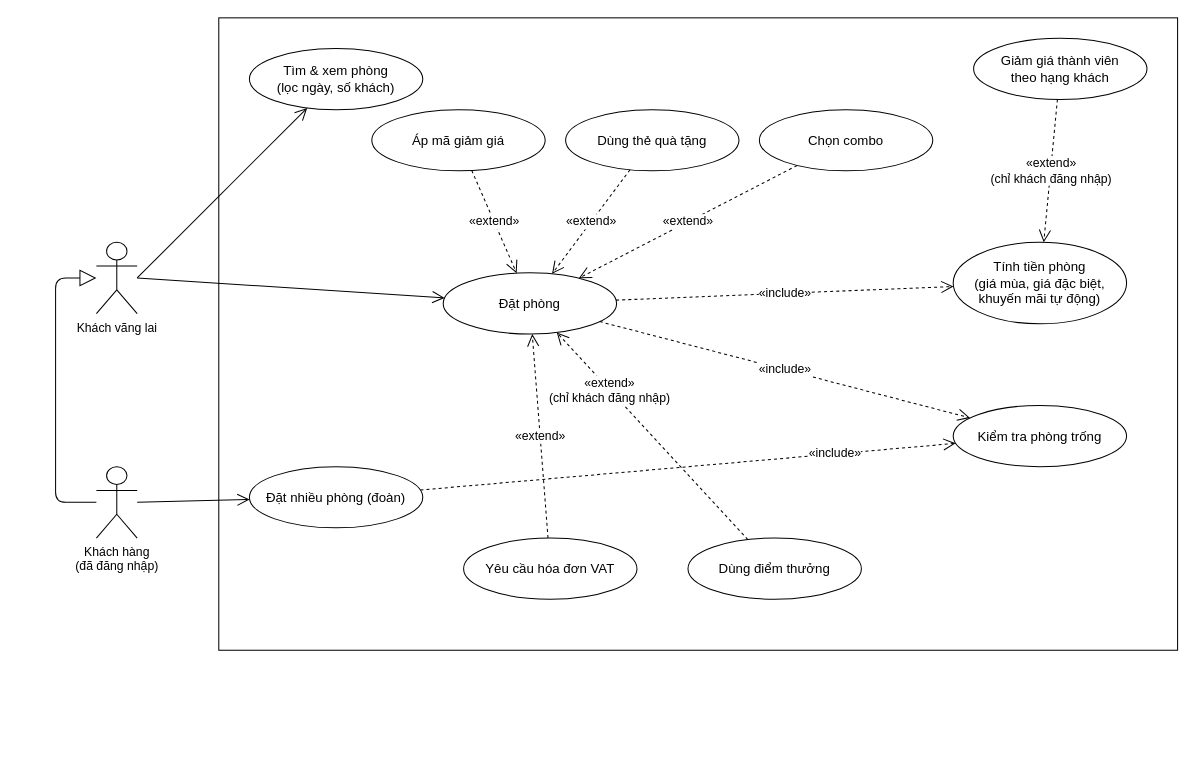
Above: docs/use-case/uc1-dat-phong.drawio in ngynquchn2511/beach-hotel (draw.io), before the change. Source tidied: cells renumbered, new cells numbered last; positions are measured from the earlier drawing's top-left corner, leaving out a move shared by most shapes. Both pictures are drawn from the tidied source at 102%, with x=0, y=0 at pixel (55, 17).
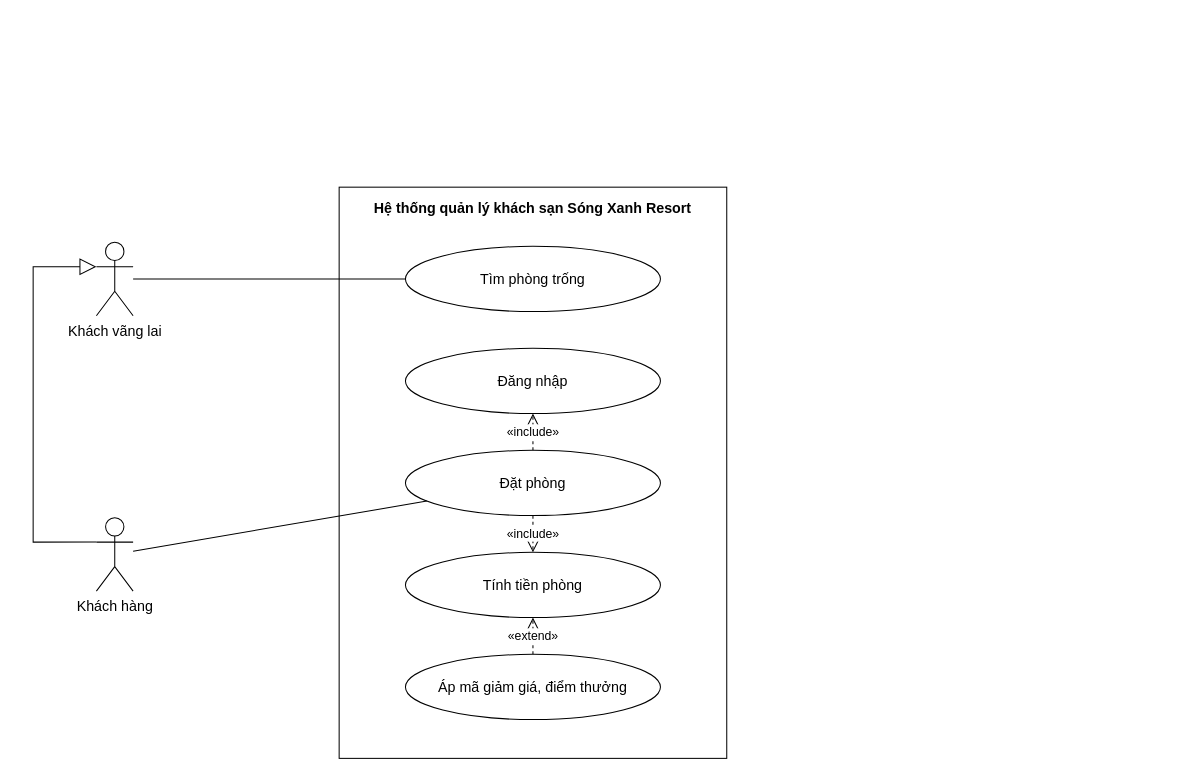
The same page after the edit.

The edit, as a diff of the source:
```diff
@@
-<mxGraphModel>
+<mxGraphModel background="#FFFFFF">
@@
-    <mxCell id="2" style="rounded=0;whiteSpace=wrap;html=1;verticalAlign=top;fontStyle=1;fontSize=14;fillColor=none;strokeColor=#000000;" parent="1" vertex="1">
-      <mxGeometry x="160" width="940" height="620" as="geometry" />
-    </mxCell>
+    <mxCell id="29" value="Hệ thống quản lý khách sạn Sóng Xanh Resort" style="fontFamily=Arial;fontColor=#000000;rounded=0;whiteSpace=wrap;html=1;verticalAlign=top;fontStyle=1;fontSize=14;fillColor=none;strokeColor=#000000;spacingTop=6;" parent="1" vertex="1">
+      <mxGeometry x="278" y="166" width="380" height="560" as="geometry" />
+    </mxCell>
+    <mxCell id="30" value="Tìm phòng trống" style="fontFamily=Arial;fontColor=#000000;ellipse;whiteSpace=wrap;html=1;fillColor=#FFFFFF;strokeColor=#000000;fontSize=14;" parent="1" vertex="1">
+      <mxGeometry x="343" y="224" width="250" height="64" as="geometry" />
+    </mxCell>
+    <mxCell id="31" value="Đăng nhập" style="fontFamily=Arial;fontColor=#000000;ellipse;whiteSpace=wrap;html=1;fillColor=#FFFFFF;strokeColor=#000000;fontSize=14;" parent="1" vertex="1">
+      <mxGeometry x="343" y="324" width="250" height="64" as="geometry" />
+    </mxCell>
+    <mxCell id="6" value="Đặt phòng" style="fontFamily=Arial;fontColor=#000000;ellipse;whiteSpace=wrap;html=1;fillColor=#FFFFFF;strokeColor=#000000;fontSize=14;" parent="1" vertex="1">
+      <mxGeometry x="343" y="424" width="250" height="64" as="geometry" />
+    </mxCell>
+    <mxCell id="32" value="Tính tiền phòng" style="fontFamily=Arial;fontColor=#000000;ellipse;whiteSpace=wrap;html=1;fillColor=#FFFFFF;strokeColor=#000000;fontSize=14;" parent="1" vertex="1">
+      <mxGeometry x="343" y="524" width="250" height="64" as="geometry" />
+    </mxCell>
+    <mxCell id="33" value="Áp mã giảm giá, điểm thưởng" style="fontFamily=Arial;fontColor=#000000;ellipse;whiteSpace=wrap;html=1;fillColor=#FFFFFF;strokeColor=#000000;fontSize=14;" parent="1" vertex="1">
+      <mxGeometry x="343" y="624" width="250" height="64" as="geometry" />
+    </mxCell>
-    <mxCell id="3" value="Khách vãng lai" style="shape=umlActor;verticalLabelPosition=bottom;verticalAlign=top;html=1;outlineConnect=0;fillColor=#FFFFFF;strokeColor=#000000;" parent="1" vertex="1">
-      <mxGeometry x="40" y="220" width="40" height="70" as="geometry" />
+    <mxCell id="3" value="Khách vãng lai" style="fontFamily=Arial;fontColor=#000000;shape=umlActor;verticalLabelPosition=bottom;verticalAlign=top;html=1;outlineConnect=0;fillColor=#FFFFFF;strokeColor=#000000;fontSize=14;" parent="1" vertex="1">
+      <mxGeometry x="40" y="220" width="36" height="72" as="geometry" />
     </mxCell>
-    <mxCell id="4" value="Khách hàng&lt;br&gt;(đã đăng nhập)" style="shape=umlActor;verticalLabelPosition=bottom;verticalAlign=top;html=1;outlineConnect=0;fillColor=#FFFFFF;strokeColor=#000000;" parent="1" vertex="1">
-      <mxGeometry x="40" y="440" width="40" height="70" as="geometry" />
-    </mxCell>
-    <mxCell id="5" value="Tìm &amp;amp; xem phòng&lt;br&gt;(lọc ngày, số khách)" style="ellipse;whiteSpace=wrap;html=1;fillColor=#FFFFFF;strokeColor=#000000;fontSize=13;" parent="2" vertex="1">
-      <mxGeometry x="30" y="30" width="170" height="60" as="geometry" />
-    </mxCell>
-    <mxCell id="6" value="Đặt phòng" style="ellipse;whiteSpace=wrap;html=1;fillColor=#FFFFFF;strokeColor=#000000;fontSize=13;" parent="2" vertex="1">
-      <mxGeometry x="220" y="250" width="170" height="60" as="geometry" />
-    </mxCell>
-    <mxCell id="7" value="Đặt nhiều phòng (đoàn)" style="ellipse;whiteSpace=wrap;html=1;fillColor=#FFFFFF;strokeColor=#000000;fontSize=13;" parent="2" vertex="1">
-      <mxGeometry x="30" y="440" width="170" height="60" as="geometry" />
-    </mxCell>
-    <mxCell id="8" value="Áp mã giảm giá" style="ellipse;whiteSpace=wrap;html=1;fillColor=#FFFFFF;strokeColor=#000000;fontSize=13;" parent="2" vertex="1">
-      <mxGeometry x="150" y="90" width="170" height="60" as="geometry" />
-    </mxCell>
-    <mxCell id="9" value="Dùng thẻ quà tặng" style="ellipse;whiteSpace=wrap;html=1;fillColor=#FFFFFF;strokeColor=#000000;fontSize=13;" parent="2" vertex="1">
-      <mxGeometry x="340" y="90" width="170" height="60" as="geometry" />
-    </mxCell>
-    <mxCell id="10" value="Chọn combo" style="ellipse;whiteSpace=wrap;html=1;fillColor=#FFFFFF;strokeColor=#000000;fontSize=13;" parent="2" vertex="1">
-      <mxGeometry x="530" y="90" width="170" height="60" as="geometry" />
-    </mxCell>
-    <mxCell id="11" value="Yêu cầu hóa đơn VAT" style="ellipse;whiteSpace=wrap;html=1;fillColor=#FFFFFF;strokeColor=#000000;fontSize=13;" parent="2" vertex="1">
-      <mxGeometry x="240" y="510" width="170" height="60" as="geometry" />
-    </mxCell>
-    <mxCell id="12" value="Dùng điểm thưởng" style="ellipse;whiteSpace=wrap;html=1;fillColor=#FFFFFF;strokeColor=#000000;fontSize=13;" parent="2" vertex="1">
-      <mxGeometry x="460" y="510" width="170" height="60" as="geometry" />
-    </mxCell>
-    <mxCell id="13" value="Tính tiền phòng&lt;br&gt;(giá mùa, giá đặc biệt,&lt;br&gt;khuyến mãi tự động)" style="ellipse;whiteSpace=wrap;html=1;fillColor=#FFFFFF;strokeColor=#000000;fontSize=13;" parent="2" vertex="1">
-      <mxGeometry x="720" y="220" width="170" height="80" as="geometry" />
-    </mxCell>
-    <mxCell id="14" value="Kiểm tra phòng trống" style="ellipse;whiteSpace=wrap;html=1;fillColor=#FFFFFF;strokeColor=#000000;fontSize=13;" parent="2" vertex="1">
-      <mxGeometry x="720" y="380" width="170" height="60" as="geometry" />
-    </mxCell>
-    <mxCell id="15" value="Giảm giá thành viên&lt;br&gt;theo hạng khách" style="ellipse;whiteSpace=wrap;html=1;fillColor=#FFFFFF;strokeColor=#000000;fontSize=13;" parent="2" vertex="1">
-      <mxGeometry x="740" y="20" width="170" height="60" as="geometry" />
-    </mxCell>
-    <mxCell id="16" style="endArrow=block;endFill=0;endSize=14;html=1;strokeColor=#000000;edgeStyle=orthogonalEdgeStyle;exitX=0;exitY=0.5;exitPerimeter=0;entryX=0;entryY=0.5;entryPerimeter=0;" parent="1" edge="1" source="4" target="3">
-      <mxGeometry relative="1" as="geometry">
-        <Array as="points">
-          <mxPoint y="475" />
-          <mxPoint y="255" />
-        </Array>
-      </mxGeometry>
-    </mxCell>
-    <mxCell id="17" style="endArrow=open;endSize=10;html=1;strokeColor=#000000;exitX=1;exitY=0.5;exitPerimeter=0;" parent="1" edge="1" source="3" target="5">
-      <mxGeometry relative="1" as="geometry" />
-    </mxCell>
-    <mxCell id="18" style="endArrow=open;endSize=10;html=1;strokeColor=#000000;exitX=1;exitY=0.5;exitPerimeter=0;" parent="1" edge="1" source="3" target="6">
-      <mxGeometry relative="1" as="geometry" />
-    </mxCell>
-    <mxCell id="19" style="endArrow=open;endSize=10;html=1;strokeColor=#000000;exitX=1;exitY=0.5;exitPerimeter=0;" parent="1" edge="1" source="4" target="7">
-      <mxGeometry relative="1" as="geometry" />
-    </mxCell>
-    <mxCell id="20" value="«include»" style="endArrow=open;endSize=10;dashed=1;html=1;strokeColor=#000000;fontSize=12;labelBackgroundColor=#FFFFFF;" parent="1" edge="1" source="6" target="13">
-      <mxGeometry relative="1" as="geometry" />
-    </mxCell>
-    <mxCell id="21" value="«include»" style="endArrow=open;endSize=10;dashed=1;html=1;strokeColor=#000000;fontSize=12;labelBackgroundColor=#FFFFFF;" parent="1" edge="1" source="6" target="14">
-      <mxGeometry relative="1" as="geometry" />
-    </mxCell>
-    <mxCell id="22" value="«include»" style="endArrow=open;endSize=10;dashed=1;html=1;strokeColor=#000000;fontSize=12;labelBackgroundColor=#FFFFFF;" parent="1" edge="1" source="7" target="14">
-      <mxGeometry x="0.55" relative="1" as="geometry" />
-    </mxCell>
-    <mxCell id="23" value="«extend»" style="endArrow=open;endSize=10;dashed=1;html=1;strokeColor=#000000;fontSize=12;labelBackgroundColor=#FFFFFF;" parent="1" edge="1" source="8" target="6">
-      <mxGeometry relative="1" as="geometry" />
-    </mxCell>
-    <mxCell id="24" value="«extend»" style="endArrow=open;endSize=10;dashed=1;html=1;strokeColor=#000000;fontSize=12;labelBackgroundColor=#FFFFFF;" parent="1" edge="1" source="9" target="6">
-      <mxGeometry relative="1" as="geometry" />
-    </mxCell>
+    <mxCell id="34" value="Khách hàng" style="fontFamily=Arial;fontColor=#000000;shape=umlActor;verticalLabelPosition=bottom;verticalAlign=top;html=1;outlineConnect=0;fillColor=#FFFFFF;strokeColor=#000000;fontSize=14;" parent="1" vertex="1">
+      <mxGeometry x="40" y="490" width="36" height="72" as="geometry" />
+    </mxCell>
-    <mxCell id="25" value="«extend»" style="endArrow=open;endSize=10;dashed=1;html=1;strokeColor=#000000;fontSize=12;labelBackgroundColor=#FFFFFF;" parent="1" edge="1" source="10" target="6">
+    <mxCell id="25" style="fontFamily=Arial;fontColor=#000000;endArrow=none;html=1;strokeColor=#000000;rounded=0;" parent="1" edge="1" source="3" target="30">
       <mxGeometry relative="1" as="geometry" />
     </mxCell>
-    <mxCell id="26" value="«extend»" style="endArrow=open;endSize=10;dashed=1;html=1;strokeColor=#000000;fontSize=12;labelBackgroundColor=#FFFFFF;" parent="1" edge="1" source="11" target="6">
+    <mxCell id="26" style="fontFamily=Arial;fontColor=#000000;endArrow=none;html=1;strokeColor=#000000;rounded=0;" parent="1" edge="1" source="34" target="6">
       <mxGeometry relative="1" as="geometry" />
     </mxCell>
-    <mxCell id="27" value="«extend»&lt;br&gt;(chỉ khách đăng nhập)" style="endArrow=open;endSize=10;dashed=1;html=1;strokeColor=#000000;fontSize=12;labelBackgroundColor=#FFFFFF;" parent="1" edge="1" source="12" target="6">
-      <mxGeometry x="0.45" relative="1" as="geometry" />
+    <mxCell id="27" value="«include»" style="fontFamily=Arial;fontColor=#000000;endArrow=open;endSize=10;dashed=1;html=1;strokeColor=#000000;rounded=0;fontSize=12;labelBackgroundColor=#FFFFFF;exitX=0.5;exitY=0;exitDx=0;exitDy=0;exitPerimeter=0;entryX=0.5;entryY=1;entryDx=0;entryDy=0;entryPerimeter=0;" parent="1" edge="1" source="6" target="31">
+      <mxGeometry relative="1" as="geometry" />
     </mxCell>
-    <mxCell id="28" value="«extend»&lt;br&gt;(chỉ khách đăng nhập)" style="endArrow=open;endSize=10;dashed=1;html=1;strokeColor=#000000;fontSize=12;labelBackgroundColor=#FFFFFF;" parent="1" edge="1" source="15" target="13">
-      <mxGeometry relative="1" as="geometry" />
+    <mxCell id="28" style="fontFamily=Arial;fontColor=#000000;endArrow=block;endSize=14;endFill=0;html=1;strokeColor=#000000;rounded=0;exitX=0;exitY=0.333;exitDx=0;exitDy=0;exitPerimeter=0;entryX=0;entryY=0.333;entryDx=0;entryDy=0;entryPerimeter=0;" parent="1" edge="1" source="34" target="3">
+      <mxGeometry relative="1" as="geometry">
+        <Array as="points">
+          <mxPoint x="-22" y="514" />
+          <mxPoint x="-22" y="244" />
+        </Array>
+      </mxGeometry>
     </mxCell>
+    <mxCell id="35" value="«include»" style="fontFamily=Arial;fontColor=#000000;endArrow=open;endSize=10;dashed=1;html=1;strokeColor=#000000;rounded=0;fontSize=12;labelBackgroundColor=#FFFFFF;exitX=0.5;exitY=1;exitDx=0;exitDy=0;exitPerimeter=0;entryX=0.5;entryY=0;entryDx=0;entryDy=0;entryPerimeter=0;" parent="1" edge="1" source="6" target="32">
+      <mxGeometry relative="1" as="geometry" />
+    </mxCell>
+    <mxCell id="36" value="«extend»" style="fontFamily=Arial;fontColor=#000000;endArrow=open;endSize=10;dashed=1;html=1;strokeColor=#000000;rounded=0;fontSize=12;labelBackgroundColor=#FFFFFF;exitX=0.5;exitY=0;exitDx=0;exitDy=0;exitPerimeter=0;entryX=0.5;entryY=1;entryDx=0;entryDy=0;entryPerimeter=0;" parent="1" edge="1" source="33" target="32">
+      <mxGeometry relative="1" as="geometry" />
+    </mxCell>
```
